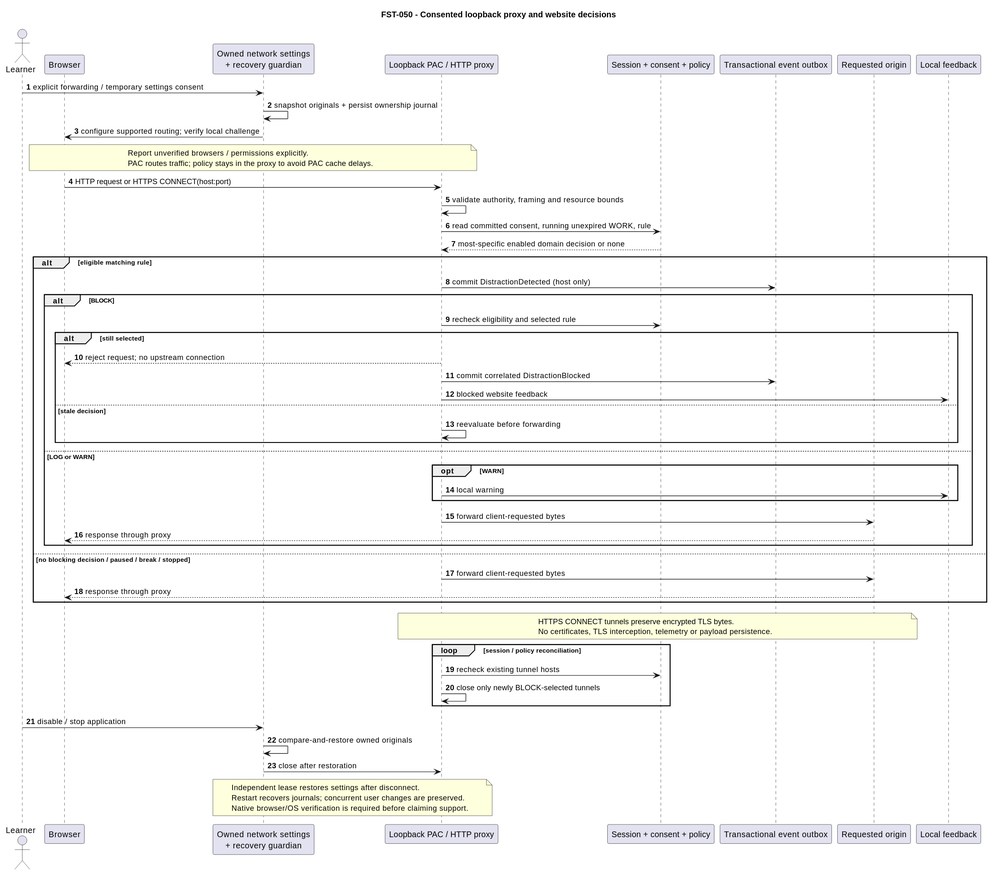
The PlantUML diagram docs/SD/SD_DetectAndBlockWebsite.svg in MiguelRibeiro1210/Focus-and-Study-Tracking, before a commit.
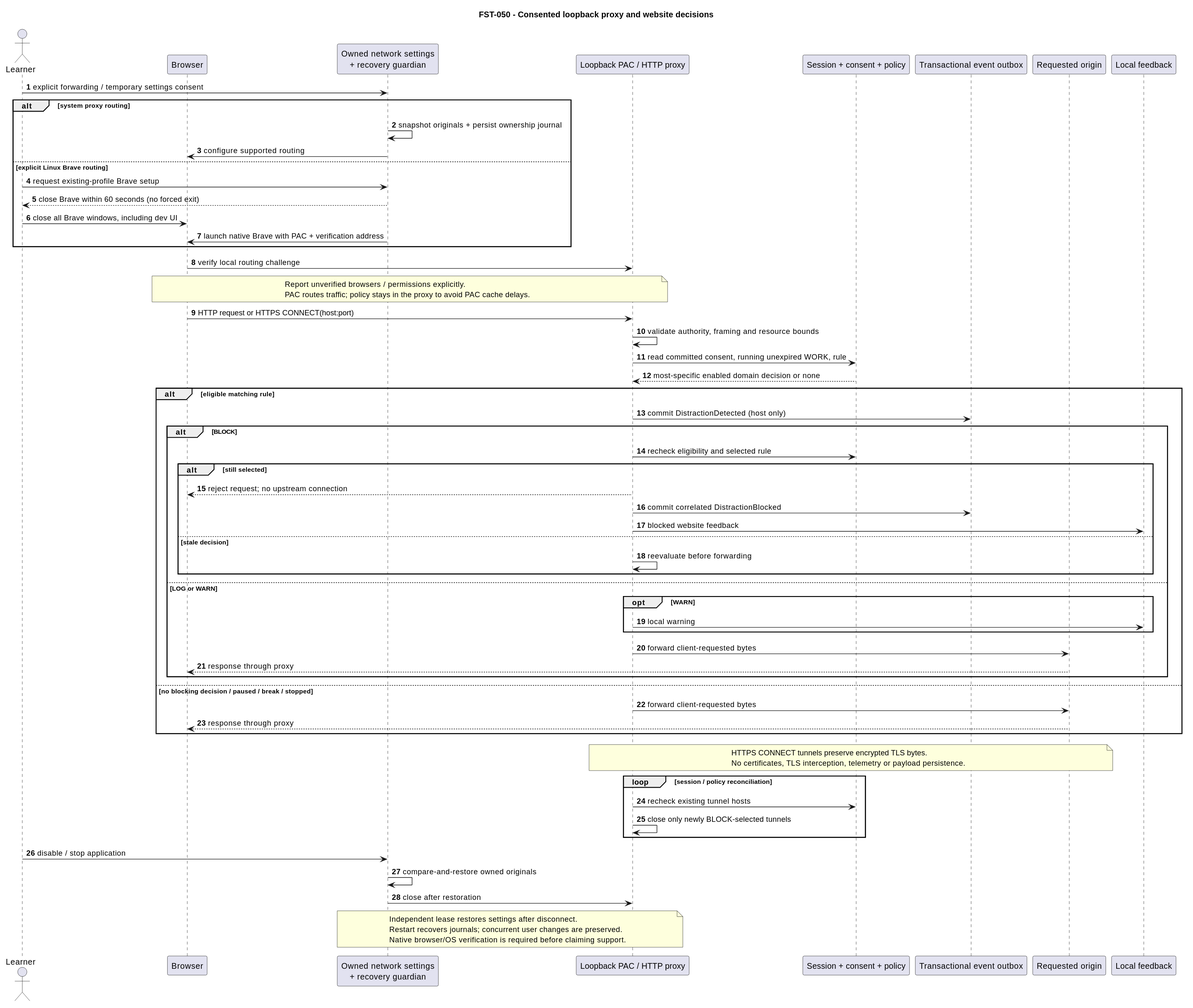
The same file after the commit.

Commit message:
docs(blocking): design Brave routing for Linux and browser development

Change to the diagram source:
```diff
@@ -10,8 +10,16 @@
 participant "Requested origin" as Origin
 participant "Local feedback" as UI
 Learner -> Settings : explicit forwarding / temporary settings consent
-Settings -> Settings : snapshot originals + persist ownership journal
-Settings -> Browser : configure supported routing; verify local challenge
+alt system proxy routing
+  Settings -> Settings : snapshot originals + persist ownership journal
+  Settings -> Browser : configure supported routing
+else explicit Linux Brave routing
+  Learner -> Settings : request existing-profile Brave setup
+  Settings --> Learner : close Brave within 60 seconds (no forced exit)
+  Learner -> Browser : close all Brave windows, including dev UI
+  Settings -> Browser : launch native Brave with PAC + verification address
+end
+Browser -> Proxy : verify local routing challenge
 note over Browser, Proxy
   Report unverified browsers / permissions explicitly.
   PAC routes traffic; policy stays in the proxy to avoid PAC cache delays.
```
